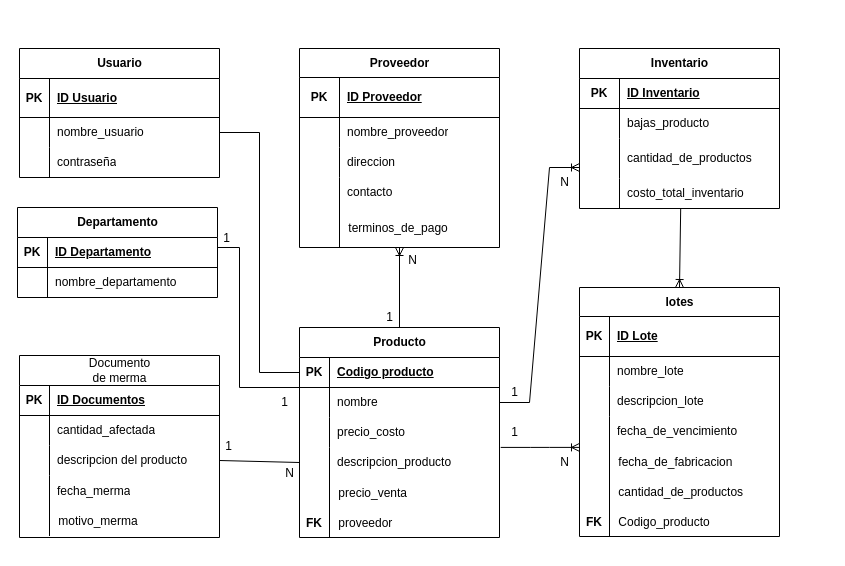
Above: page "Page-1" (1 of 3) of Diagrama de colaboracion.drawio in JotaMont/Evaluacion-2-Front-End (draw.io), before the change. Source tidied: cells renumbered, new cells numbered last; positions are measured from the earlier drawing's top-left corner, leaving out a move shared by most shapes. Both pictures are drawn from the tidied source at 100%, with x=0, y=0 at pixel (17, 48).
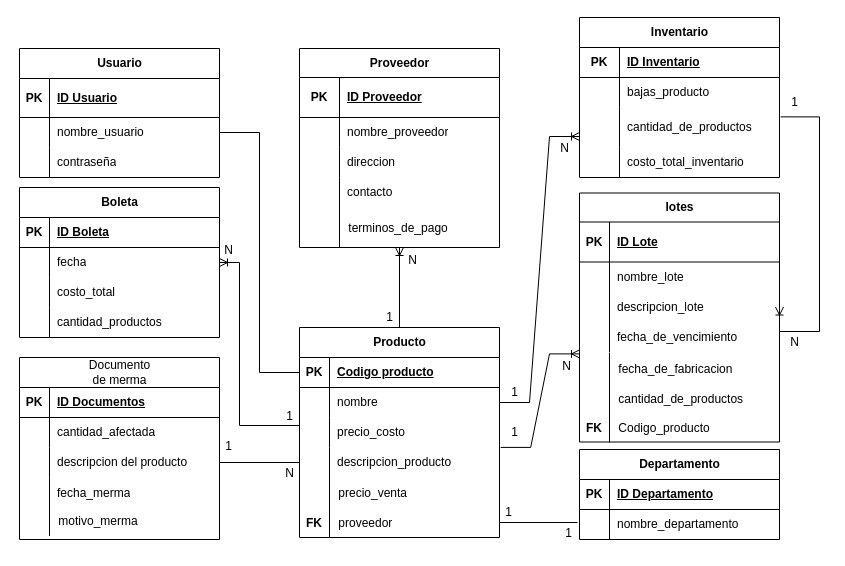
After the change.

The change refers to these unchanged cells:
```xml
<mxCell id="22" style="shape=tableRow;horizontal=0;startSize=0;swimlaneHead=0;swimlaneBody=0;fillColor=none;points=[[0,0.5],[1,0.5]];portConstraint=eastwest;top=0;left=0;right=0;bottom=0;" parent="15" vertex="1">
  <mxGeometry y="99" width="200" height="30" as="geometry" />
</mxCell>
<mxCell id="41" style="shape=tableRow;horizontal=0;startSize=0;swimlaneHead=0;swimlaneBody=0;fillColor=none;points=[[0,0.5],[1,0.5]];portConstraint=eastwest;top=0;left=0;right=0;bottom=0;" parent="34" vertex="1">
  <mxGeometry y="90" width="200" height="40" as="geometry" />
</mxCell>
<mxCell id="44" style="shape=tableRow;horizontal=0;startSize=0;swimlaneHead=0;swimlaneBody=0;fillColor=none;points=[[0,0.5],[1,0.5]];portConstraint=eastwest;top=0;left=0;right=0;bottom=0;" parent="34" vertex="1">
  <mxGeometry y="130" width="200" height="30" as="geometry" />
</mxCell>
<mxCell id="62" value=" proveedor" style="shape=partialRectangle;fillColor=none;align=left;verticalAlign=middle;strokeColor=none;spacingLeft=34;points=[[0,0.5],[1,0.5]];portConstraint=eastwest;" parent="1" vertex="1">
  <mxGeometry x="282" y="459" width="200" height="30" as="geometry" />
</mxCell>
<mxCell id="76" style="shape=tableRow;horizontal=0;startSize=0;swimlaneHead=0;swimlaneBody=0;fillColor=none;points=[[0,0.5],[1,0.5]];portConstraint=eastwest;top=0;left=0;right=0;bottom=1;" parent="75" vertex="1">
  <mxGeometry y="30" width="200" height="30" as="geometry" />
</mxCell>
```

What changed in the source:
```diff
@@
     <mxCell id="15" value="lotes" style="shape=table;startSize=29;childLayout=tableLayout;rowLines=0;fontStyle=1;align=center;html=1;" parent="1" vertex="1">
-      <mxGeometry x="562" y="239" width="200" height="249" as="geometry" />
+      <mxGeometry x="562" y="144.5" width="200" height="249" as="geometry" />
     </mxCell>
@@
     <mxCell id="30" value=" fecha_de_fabricacion" style="shape=partialRectangle;fillColor=none;align=left;verticalAlign=middle;strokeColor=none;spacingLeft=34;points=[[0,0.5],[1,0.5]];portConstraint=eastwest;" parent="1" vertex="1">
-      <mxGeometry x="562" y="398" width="200" height="30" as="geometry" />
+      <mxGeometry x="562" y="304.5" width="200" height="30" as="geometry" />
     </mxCell>
@@
     <mxCell id="32" value=" cantidad_de_productos" style="shape=partialRectangle;fillColor=none;align=left;verticalAlign=middle;strokeColor=none;spacingLeft=34;" parent="1" vertex="1">
-      <mxGeometry x="562" y="428" width="200" height="30" as="geometry" />
+      <mxGeometry x="562" y="334.5" width="200" height="30" as="geometry" />
     </mxCell>
@@
     <mxCell id="34" value="Inventario" style="shape=table;startSize=30;childLayout=tableLayout;rowLines=0;fontStyle=1;align=center;html=1;" parent="1" vertex="1">
-      <mxGeometry x="562" width="200" height="160" as="geometry" />
+      <mxGeometry x="562" y="-31" width="200" height="160" as="geometry" />
     </mxCell>
@@
     <mxCell id="64" value=" Codigo_producto" style="shape=partialRectangle;fillColor=none;align=left;verticalAlign=middle;strokeColor=none;spacingLeft=34;" parent="1" vertex="1">
-      <mxGeometry x="562" y="458" width="200" height="30" as="geometry" />
+      <mxGeometry x="562" y="363.5" width="200" height="30" as="geometry" />
     </mxCell>
@@
     <mxCell id="67" value="N" style="text;html=1;align=center;verticalAlign=middle;strokeColor=none;fillColor=none;" parent="1" vertex="1">
-      <mxGeometry x="532" y="399" width="30" height="30" as="geometry" />
+      <mxGeometry x="534" y="303" width="30" height="30" as="geometry" />
     </mxCell>
@@
     <mxCell id="71" value="N" style="text;html=1;align=center;verticalAlign=middle;strokeColor=none;fillColor=none;" parent="1" vertex="1">
-      <mxGeometry x="532" y="119" width="30" height="30" as="geometry" />
+      <mxGeometry x="532" y="84.5" width="30" height="30" as="geometry" />
     </mxCell>
@@
     <mxCell id="75" value="Departamento" style="shape=table;startSize=30;childLayout=tableLayout;rowLines=0;fontStyle=1;align=center;html=1;" parent="1" vertex="1">
-      <mxGeometry y="159" width="200" height="90" as="geometry" />
+      <mxGeometry x="562" y="401" width="200" height="90" as="geometry" />
     </mxCell>
@@
-    <mxCell id="82" style="fontSize=12;html=1;endArrow=ERoneToMany;rounded=0;strokeColor=default;exitX=0.506;exitY=0.994;exitDx=0;exitDy=0;exitPerimeter=0;entryX=0.5;entryY=0;entryDx=0;entryDy=0;" parent="1" edge="1" source="44" target="15">
-      <mxGeometry relative="1" as="geometry" />
+    <mxCell id="82" style="fontSize=12;html=1;endArrow=ERoneToMany;rounded=0;strokeColor=default;entryX=1;entryY=0.5;entryDx=0;entryDy=0;edgeStyle=orthogonalEdgeStyle;exitX=1.006;exitY=0.234;exitDx=0;exitDy=0;exitPerimeter=0;" parent="1" edge="1" source="41" target="22">
+      <mxGeometry relative="1" as="geometry">
+        <Array as="points">
+          <mxPoint x="802" y="68" />
+          <mxPoint x="802" y="283" />
+        </Array>
+      </mxGeometry>
     </mxCell>
-    <mxCell id="83" style="endArrow=none;html=1;rounded=0;edgeStyle=orthogonalEdgeStyle;entryX=1;entryY=0.5;entryDx=0;entryDy=0;exitX=0.5;exitY=1;exitDx=0;exitDy=0;exitPerimeter=0;" parent="1" edge="1" target="76">
+    <mxCell id="83" style="endArrow=none;html=1;rounded=0;entryX=1;entryY=0.5;entryDx=0;entryDy=0;" parent="1" edge="1" target="62">
       <mxGeometry relative="1" as="geometry">
-        <mxPoint x="282" y="370.7" as="sourcePoint" />
-        <Array as="points">
-          <mxPoint x="282" y="339" />
-          <mxPoint x="222" y="339" />
-          <mxPoint x="222" y="199" />
-          <mxPoint x="200" y="199" />
-        </Array>
+        <mxPoint x="560" y="474" as="sourcePoint" />
       </mxGeometry>
     </mxCell>
     <mxCell id="84" value="1" style="text;html=1;align=center;verticalAlign=middle;strokeColor=none;fillColor=none;" parent="1" vertex="1">
-      <mxGeometry x="252" y="339" width="30" height="30" as="geometry" />
+      <mxGeometry x="536" y="470" width="30" height="30" as="geometry" />
     </mxCell>
     <mxCell id="85" value="1" style="text;html=1;align=center;verticalAlign=middle;strokeColor=none;fillColor=none;" parent="1" vertex="1">
-      <mxGeometry x="194" y="175" width="30" height="30" as="geometry" />
+      <mxGeometry x="476" y="449" width="30" height="30" as="geometry" />
     </mxCell>
@@
     <mxCell id="96" value="&lt;span style=&quot;font-weight: 400; text-wrap: wrap;&quot;&gt;Documento de merma&lt;/span&gt;" style="shape=table;startSize=30;childLayout=tableLayout;rowLines=0;fontStyle=1;align=center;html=1;" parent="1" vertex="1">
-      <mxGeometry x="2" y="307" width="200" height="182" as="geometry" />
+      <mxGeometry x="2" y="309" width="200" height="182" as="geometry" />
     </mxCell>
@@
+    <mxCell id="115" value="Boleta" style="shape=table;startSize=30;childLayout=tableLayout;rowLines=0;fontStyle=1;align=center;html=1;" parent="1" vertex="1">
+      <mxGeometry x="2" y="139" width="200" height="150" as="geometry" />
+    </mxCell>
+    <mxCell id="116" style="shape=tableRow;horizontal=0;startSize=0;swimlaneHead=0;swimlaneBody=0;fillColor=none;top=0;left=0;right=0;bottom=1;" parent="115" vertex="1">
+      <mxGeometry y="30" width="200" height="30" as="geometry" />
+    </mxCell>
+    <mxCell id="117" value="PK" style="shape=partialRectangle;fillColor=none;top=0;left=0;bottom=0;right=0;fontStyle=1;overflow=hidden;whiteSpace=wrap;html=1;" parent="116" vertex="1">
+      <mxGeometry width="30" height="30" as="geometry" />
+    </mxCell>
+    <mxCell id="118" value="ID Boleta" style="shape=partialRectangle;fillColor=none;top=0;left=0;bottom=0;right=0;align=left;spacingLeft=6;fontStyle=5;overflow=hidden;whiteSpace=wrap;html=1;" parent="116" vertex="1">
+      <mxGeometry x="30" width="170" height="30" as="geometry" />
+    </mxCell>
+    <mxCell id="119" style="shape=tableRow;horizontal=0;startSize=0;swimlaneHead=0;swimlaneBody=0;fillColor=none;points=[[0,0.5],[1,0.5]];portConstraint=eastwest;top=0;left=0;right=0;bottom=0;" parent="115" vertex="1">
+      <mxGeometry y="60" width="200" height="30" as="geometry" />
+    </mxCell>
+    <mxCell id="120" style="shape=partialRectangle;fillColor=none;top=0;left=0;bottom=0;right=0;overflow=hidden;whiteSpace=wrap;html=1;" parent="119" vertex="1">
+      <mxGeometry width="30" height="30" as="geometry" />
+    </mxCell>
+    <mxCell id="121" value="fecha" style="shape=partialRectangle;fillColor=none;top=0;left=0;bottom=0;right=0;align=left;spacingLeft=6;overflow=hidden;whiteSpace=wrap;html=1;" parent="119" vertex="1">
+      <mxGeometry x="30" width="170" height="30" as="geometry" />
+    </mxCell>
+    <mxCell id="122" style="shape=tableRow;horizontal=0;startSize=0;swimlaneHead=0;swimlaneBody=0;fillColor=none;top=0;left=0;right=0;bottom=0;" parent="115" vertex="1">
+      <mxGeometry y="90" width="200" height="30" as="geometry" />
+    </mxCell>
+    <mxCell id="123" style="shape=partialRectangle;fillColor=none;top=0;left=0;bottom=0;right=0;overflow=hidden;whiteSpace=wrap;html=1;" parent="122" vertex="1">
+      <mxGeometry width="30" height="30" as="geometry" />
+    </mxCell>
+    <mxCell id="124" value="costo_total" style="shape=partialRectangle;fillColor=none;top=0;left=0;bottom=0;right=0;align=left;spacingLeft=6;overflow=hidden;whiteSpace=wrap;html=1;" parent="122" vertex="1">
+      <mxGeometry x="30" width="170" height="30" as="geometry" />
+    </mxCell>
+    <mxCell id="125" style="shape=tableRow;horizontal=0;startSize=0;swimlaneHead=0;swimlaneBody=0;fillColor=none;top=0;left=0;right=0;bottom=0;" parent="115" vertex="1">
+      <mxGeometry y="120" width="200" height="30" as="geometry" />
+    </mxCell>
+    <mxCell id="126" value="&lt;div&gt;&lt;br&gt;&lt;/div&gt;" style="shape=partialRectangle;fillColor=none;top=0;left=0;bottom=0;right=0;overflow=hidden;whiteSpace=wrap;html=1;" parent="125" vertex="1">
+      <mxGeometry width="30" height="30" as="geometry" />
+    </mxCell>
+    <mxCell id="127" value="cantidad_productos" style="shape=partialRectangle;fillColor=none;top=0;left=0;bottom=0;right=0;align=left;spacingLeft=6;overflow=hidden;whiteSpace=wrap;html=1;" parent="125" vertex="1">
+      <mxGeometry x="30" width="170" height="30" as="geometry" />
+    </mxCell>
+    <mxCell id="128" style="edgeStyle=orthogonalEdgeStyle;rounded=0;jettySize=auto;html=1;exitX=1;exitY=0.5;exitDx=0;exitDy=0;endArrow=none;endFill=0;startArrow=ERoneToMany;startFill=0;" parent="1" edge="1" source="119">
+      <mxGeometry relative="1" as="geometry">
+        <mxPoint x="282" y="377" as="targetPoint" />
+        <Array as="points">
+          <mxPoint x="222" y="214" />
+          <mxPoint x="222" y="377" />
+        </Array>
+      </mxGeometry>
+    </mxCell>
+    <mxCell id="129" value="1" style="text;html=1;align=center;verticalAlign=middle;strokeColor=none;fillColor=none;" parent="1" vertex="1">
+      <mxGeometry x="762" y="39" width="30" height="30" as="geometry" />
+    </mxCell>
+    <mxCell id="130" value="N" style="text;html=1;align=center;verticalAlign=middle;strokeColor=none;fillColor=none;" parent="1" vertex="1">
+      <mxGeometry x="762" y="278.5" width="30" height="30" as="geometry" />
+    </mxCell>
+    <mxCell id="131" value="1" style="text;html=1;align=center;verticalAlign=middle;strokeColor=none;fillColor=none;" parent="1" vertex="1">
+      <mxGeometry x="257" y="353" width="30" height="30" as="geometry" />
+    </mxCell>
+    <mxCell id="132" value="N" style="text;html=1;align=center;verticalAlign=middle;strokeColor=none;fillColor=none;" parent="1" vertex="1">
+      <mxGeometry x="196" y="187" width="30" height="30" as="geometry" />
+    </mxCell>
```
